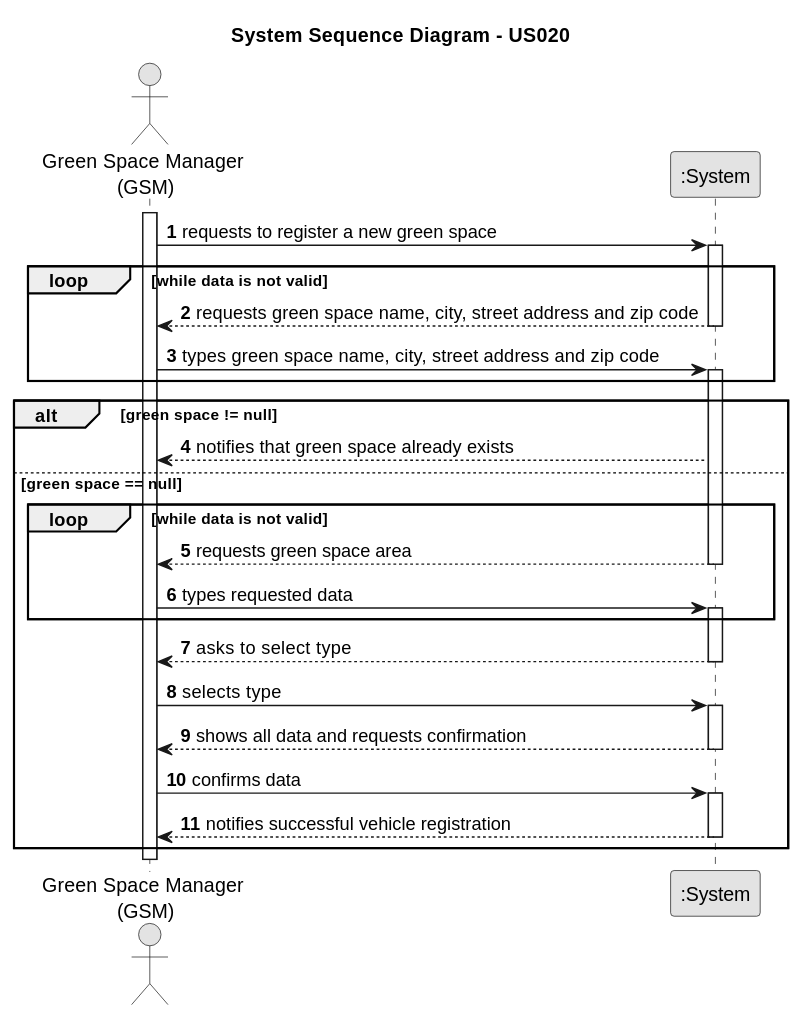
Above: docs/sprintC/us020/01.requirements-engineering/svg/us020-alternative-one-System_Sequence_Diagram___US020.svg in RicardoMorim/lapr2-ISEP-Project (PlantUML), before the change.
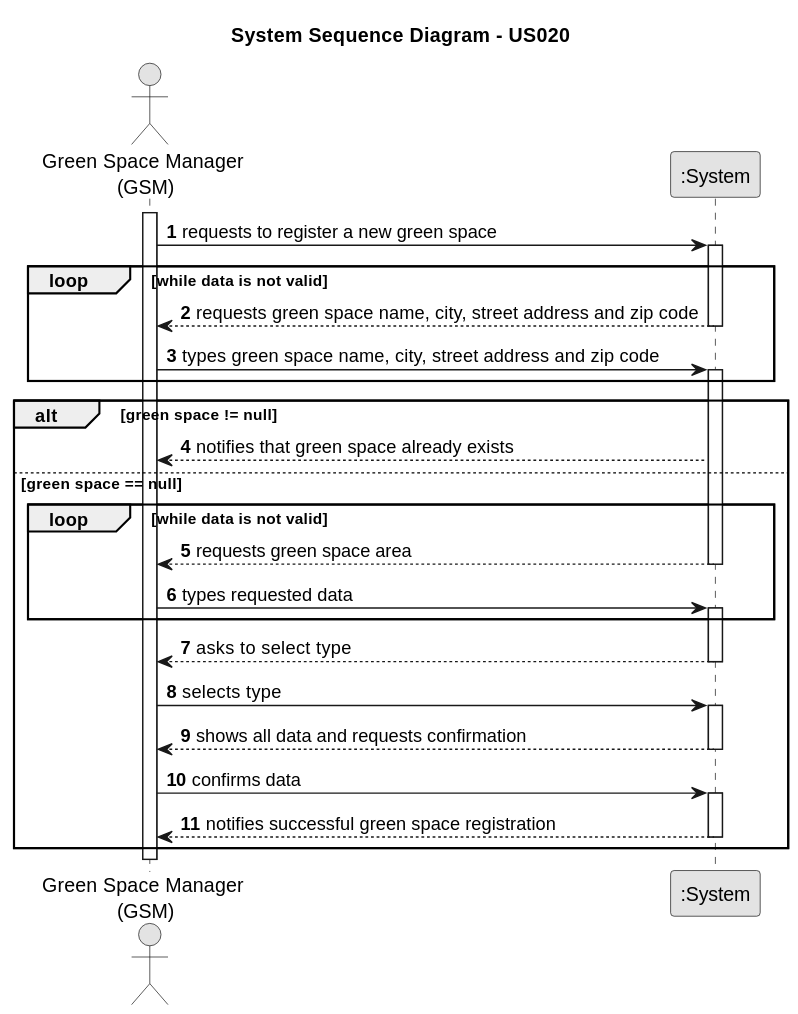
Above is the later version.

The edit, as a diff of the source:
```diff
@@ -40,7 +40,7 @@
 deactivate System
     GRM -> System : confirms data
     activate System
-    System --> GRM: notifies successful vehicle registration
+    System --> GRM: notifies successful green space registration
 deactivate System
 end
 @enduml
```
